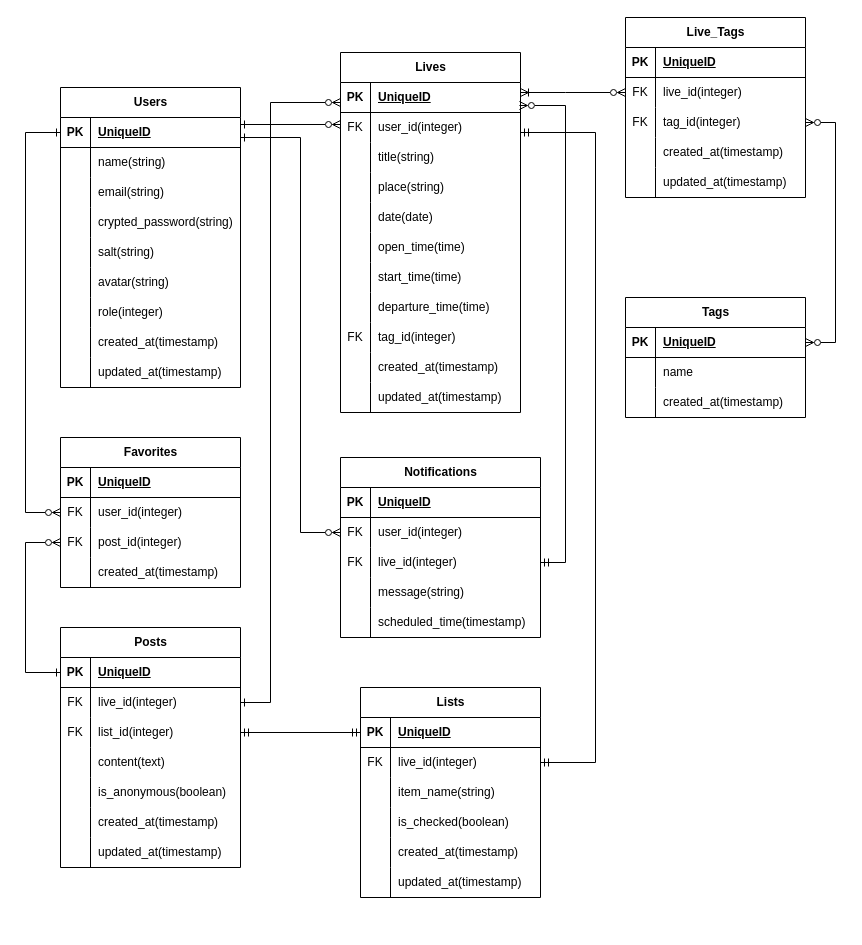
Earlier version of the draw.io diagram LivePlanningManager.drawio (asaduke/LivePlanningManager). Source tidied: cells renumbered, new cells numbered last; positions are measured from the earlier drawing's top-left corner, leaving out a move shared by most shapes. Both pictures are drawn from the tidied source at 100%, with x=0, y=0 at pixel (25, 17).
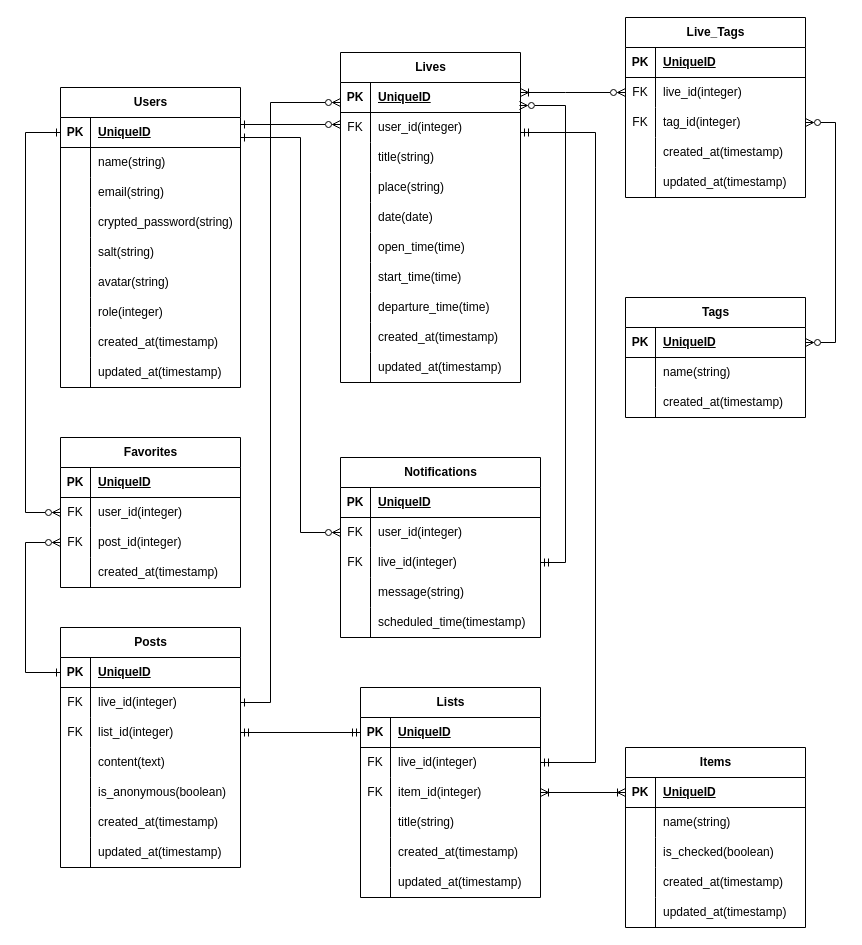
Above is the later version.

Commit message (it also covers changes not shown here):
Fix: ER図を修正しました

Unchanged cells that the change refers to:
```xml
<mxCell id="64" value="Lists" style="shape=table;startSize=30;childLayout=tableLayout;rowLines=0;fontStyle=1;align=center;html=1;" parent="1" vertex="1">
  <mxGeometry x="335" y="670" width="180" height="210" as="geometry" />
</mxCell>
<mxCell id="71" style="shape=tableRow;horizontal=0;startSize=0;swimlaneHead=0;swimlaneBody=0;fillColor=none;points=[[0,0.5],[1,0.5]];portConstraint=eastwest;top=0;left=0;right=0;bottom=0;" parent="64" vertex="1">
  <mxGeometry y="90" width="180" height="30" as="geometry" />
</mxCell>
<mxCell id="138" style="shape=tableRow;horizontal=0;startSize=0;swimlaneHead=0;swimlaneBody=0;fillColor=none;top=0;left=0;right=0;bottom=0;" parent="134" vertex="1">
  <mxGeometry y="60" width="180" height="30" as="geometry" />
</mxCell>
```

Change to the diagram source:
```diff
@@
     <mxCell id="30" value="Lives" style="shape=table;startSize=30;childLayout=tableLayout;rowLines=0;fontStyle=1;align=center;html=1;" parent="1" vertex="1">
-      <mxGeometry x="315" y="35" width="180" height="360" as="geometry" />
+      <mxGeometry x="315" y="35" width="180" height="330" as="geometry" />
     </mxCell>
@@
-    <mxCell id="55" style="shape=tableRow;horizontal=0;startSize=0;swimlaneHead=0;swimlaneBody=0;fillColor=none;top=0;left=0;right=0;bottom=0;" parent="30" vertex="1">
-      <mxGeometry y="270" width="180" height="30" as="geometry" />
-    </mxCell>
-    <mxCell id="56" value="FK" style="shape=partialRectangle;fillColor=none;top=0;left=0;bottom=0;right=0;overflow=hidden;whiteSpace=wrap;html=1;" parent="55" vertex="1">
-      <mxGeometry width="30" height="30" as="geometry" />
-    </mxCell>
-    <mxCell id="57" value="tag_id(integer)" style="shape=partialRectangle;fillColor=none;top=0;left=0;bottom=0;right=0;align=left;spacingLeft=6;overflow=hidden;whiteSpace=wrap;html=1;" parent="55" vertex="1">
-      <mxGeometry x="30" width="150" height="30" as="geometry" />
-    </mxCell>
     <mxCell id="58" style="shape=tableRow;horizontal=0;startSize=0;swimlaneHead=0;swimlaneBody=0;fillColor=none;top=0;left=0;right=0;bottom=0;" parent="30" vertex="1">
-      <mxGeometry y="300" width="180" height="30" as="geometry" />
+      <mxGeometry y="270" width="180" height="30" as="geometry" />
     </mxCell>
@@
     <mxCell id="61" style="shape=tableRow;horizontal=0;startSize=0;swimlaneHead=0;swimlaneBody=0;fillColor=none;top=0;left=0;right=0;bottom=0;" parent="30" vertex="1">
-      <mxGeometry y="330" width="180" height="30" as="geometry" />
+      <mxGeometry y="300" width="180" height="30" as="geometry" />
     </mxCell>
@@
-    <mxCell id="72" style="shape=partialRectangle;fillColor=none;top=0;left=0;bottom=0;right=0;overflow=hidden;whiteSpace=wrap;html=1;" parent="71" vertex="1">
+    <mxCell id="72" value="FK" style="shape=partialRectangle;fillColor=none;top=0;left=0;bottom=0;right=0;overflow=hidden;whiteSpace=wrap;html=1;" parent="71" vertex="1">
       <mxGeometry width="30" height="30" as="geometry" />
     </mxCell>
-    <mxCell id="73" value="item_name(string)" style="shape=partialRectangle;fillColor=none;top=0;left=0;bottom=0;right=0;align=left;spacingLeft=6;overflow=hidden;whiteSpace=wrap;html=1;" parent="71" vertex="1">
+    <mxCell id="73" value="item_id(integer)" style="shape=partialRectangle;fillColor=none;top=0;left=0;bottom=0;right=0;align=left;spacingLeft=6;overflow=hidden;whiteSpace=wrap;html=1;" parent="71" vertex="1">
       <mxGeometry x="30" width="150" height="30" as="geometry" />
     </mxCell>
-    <mxCell id="74" style="shape=tableRow;horizontal=0;startSize=0;swimlaneHead=0;swimlaneBody=0;fillColor=none;top=0;left=0;right=0;bottom=0;" parent="64" vertex="1">
-      <mxGeometry y="120" width="180" height="30" as="geometry" />
-    </mxCell>
-    <mxCell id="75" style="shape=partialRectangle;fillColor=none;top=0;left=0;bottom=0;right=0;overflow=hidden;whiteSpace=wrap;html=1;" parent="74" vertex="1">
-      <mxGeometry width="30" height="30" as="geometry" />
-    </mxCell>
-    <mxCell id="76" value="is_checked(boolean)" style="shape=partialRectangle;fillColor=none;top=0;left=0;bottom=0;right=0;align=left;spacingLeft=6;overflow=hidden;whiteSpace=wrap;html=1;" parent="74" vertex="1">
-      <mxGeometry x="30" width="150" height="30" as="geometry" />
-    </mxCell>
+    <mxCell id="170" style="shape=tableRow;horizontal=0;startSize=0;swimlaneHead=0;swimlaneBody=0;fillColor=none;top=0;left=0;right=0;bottom=0;" parent="64" vertex="1">
+      <mxGeometry y="120" width="180" height="30" as="geometry" />
+    </mxCell>
+    <mxCell id="171" style="shape=partialRectangle;fillColor=none;top=0;left=0;bottom=0;right=0;overflow=hidden;whiteSpace=wrap;html=1;" parent="170" vertex="1">
+      <mxGeometry width="30" height="30" as="geometry" />
+    </mxCell>
+    <mxCell id="172" value="title(string)" style="shape=partialRectangle;fillColor=none;top=0;left=0;bottom=0;right=0;align=left;spacingLeft=6;overflow=hidden;whiteSpace=wrap;html=1;" parent="170" vertex="1">
+      <mxGeometry x="30" width="150" height="30" as="geometry" />
+    </mxCell>
@@
-    <mxCell id="140" value="name" style="shape=partialRectangle;fillColor=none;top=0;left=0;bottom=0;right=0;align=left;spacingLeft=6;overflow=hidden;whiteSpace=wrap;html=1;" parent="138" vertex="1">
+    <mxCell id="140" value="name(string)" style="shape=partialRectangle;fillColor=none;top=0;left=0;bottom=0;right=0;align=left;spacingLeft=6;overflow=hidden;whiteSpace=wrap;html=1;" parent="138" vertex="1">
       <mxGeometry x="30" width="150" height="30" as="geometry" />
     </mxCell>
@@
+    <mxCell id="173" value="Items" style="shape=table;startSize=30;childLayout=tableLayout;rowLines=0;fontStyle=1;align=center;html=1;" parent="1" vertex="1">
+      <mxGeometry x="600" y="730" width="180" height="180" as="geometry" />
+    </mxCell>
+    <mxCell id="174" style="shape=tableRow;horizontal=0;startSize=0;swimlaneHead=0;swimlaneBody=0;fillColor=none;points=[[0,0.5],[1,0.5]];portConstraint=eastwest;top=0;left=0;right=0;bottom=1;" parent="173" vertex="1">
+      <mxGeometry y="30" width="180" height="30" as="geometry" />
+    </mxCell>
+    <mxCell id="175" value="PK" style="shape=partialRectangle;fillColor=none;top=0;left=0;bottom=0;right=0;fontStyle=1;overflow=hidden;whiteSpace=wrap;html=1;" parent="174" vertex="1">
+      <mxGeometry width="30" height="30" as="geometry" />
+    </mxCell>
+    <mxCell id="176" value="UniqueID" style="shape=partialRectangle;fillColor=none;top=0;left=0;bottom=0;right=0;align=left;spacingLeft=6;fontStyle=5;overflow=hidden;whiteSpace=wrap;html=1;" parent="174" vertex="1">
+      <mxGeometry x="30" width="150" height="30" as="geometry" />
+    </mxCell>
+    <mxCell id="177" style="shape=tableRow;horizontal=0;startSize=0;swimlaneHead=0;swimlaneBody=0;fillColor=none;top=0;left=0;right=0;bottom=0;" parent="173" vertex="1">
+      <mxGeometry y="60" width="180" height="30" as="geometry" />
+    </mxCell>
+    <mxCell id="178" style="shape=partialRectangle;fillColor=none;top=0;left=0;bottom=0;right=0;overflow=hidden;whiteSpace=wrap;html=1;" parent="177" vertex="1">
+      <mxGeometry width="30" height="30" as="geometry" />
+    </mxCell>
+    <mxCell id="179" value="name(string)" style="shape=partialRectangle;fillColor=none;top=0;left=0;bottom=0;right=0;align=left;spacingLeft=6;overflow=hidden;whiteSpace=wrap;html=1;" parent="177" vertex="1">
+      <mxGeometry x="30" width="150" height="30" as="geometry" />
+    </mxCell>
+    <mxCell id="180" style="shape=tableRow;horizontal=0;startSize=0;swimlaneHead=0;swimlaneBody=0;fillColor=none;top=0;left=0;right=0;bottom=0;" parent="173" vertex="1">
+      <mxGeometry y="90" width="180" height="30" as="geometry" />
+    </mxCell>
+    <mxCell id="181" style="shape=partialRectangle;fillColor=none;top=0;left=0;bottom=0;right=0;overflow=hidden;whiteSpace=wrap;html=1;" parent="180" vertex="1">
+      <mxGeometry width="30" height="30" as="geometry" />
+    </mxCell>
+    <mxCell id="76" value="is_checked(boolean)" style="shape=partialRectangle;fillColor=none;top=0;left=0;bottom=0;right=0;align=left;spacingLeft=6;overflow=hidden;whiteSpace=wrap;html=1;" parent="180" vertex="1">
+      <mxGeometry x="30" width="150" height="30" as="geometry" />
+    </mxCell>
+    <mxCell id="182" style="shape=tableRow;horizontal=0;startSize=0;swimlaneHead=0;swimlaneBody=0;fillColor=none;top=0;left=0;right=0;bottom=0;" parent="173" vertex="1">
+      <mxGeometry y="120" width="180" height="30" as="geometry" />
+    </mxCell>
+    <mxCell id="183" style="shape=partialRectangle;fillColor=none;top=0;left=0;bottom=0;right=0;overflow=hidden;whiteSpace=wrap;html=1;" parent="182" vertex="1">
+      <mxGeometry width="30" height="30" as="geometry" />
+    </mxCell>
+    <mxCell id="184" value="created_at(timestamp)" style="shape=partialRectangle;fillColor=none;top=0;left=0;bottom=0;right=0;align=left;spacingLeft=6;overflow=hidden;whiteSpace=wrap;html=1;" parent="182" vertex="1">
+      <mxGeometry x="30" width="150" height="30" as="geometry" />
+    </mxCell>
+    <mxCell id="185" style="shape=tableRow;horizontal=0;startSize=0;swimlaneHead=0;swimlaneBody=0;fillColor=none;top=0;left=0;right=0;bottom=0;" parent="173" vertex="1">
+      <mxGeometry y="150" width="180" height="30" as="geometry" />
+    </mxCell>
+    <mxCell id="186" style="shape=partialRectangle;fillColor=none;top=0;left=0;bottom=0;right=0;overflow=hidden;whiteSpace=wrap;html=1;" parent="185" vertex="1">
+      <mxGeometry width="30" height="30" as="geometry" />
+    </mxCell>
+    <mxCell id="187" value="updated_at(timestamp)" style="shape=partialRectangle;fillColor=none;top=0;left=0;bottom=0;right=0;align=left;spacingLeft=6;overflow=hidden;whiteSpace=wrap;html=1;" parent="185" vertex="1">
+      <mxGeometry x="30" width="150" height="30" as="geometry" />
+    </mxCell>
+    <mxCell id="188" style="edgeStyle=orthogonalEdgeStyle;rounded=0;jettySize=auto;html=1;entryX=1;entryY=0.5;entryDx=0;entryDy=0;endArrow=ERoneToMany;endFill=0;startArrow=ERoneToMany;startFill=0;" parent="1" edge="1" source="174" target="71">
+      <mxGeometry relative="1" as="geometry" />
+    </mxCell>
```
